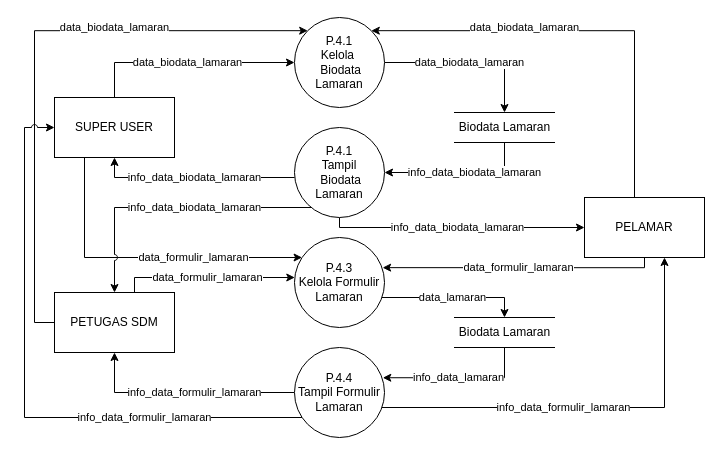
This is page "DFD P.4" (6 of 7) of DFD.drawio from keys2505/tugas-akhir, a draw.io file, before an edit. Source tidied: cells renumbered, new cells numbered last; positions are measured from the earlier drawing's top-left corner, leaving out a move shared by most shapes. Both pictures are drawn from the tidied source at 100%, with x=0, y=0 at pixel (24, 17).
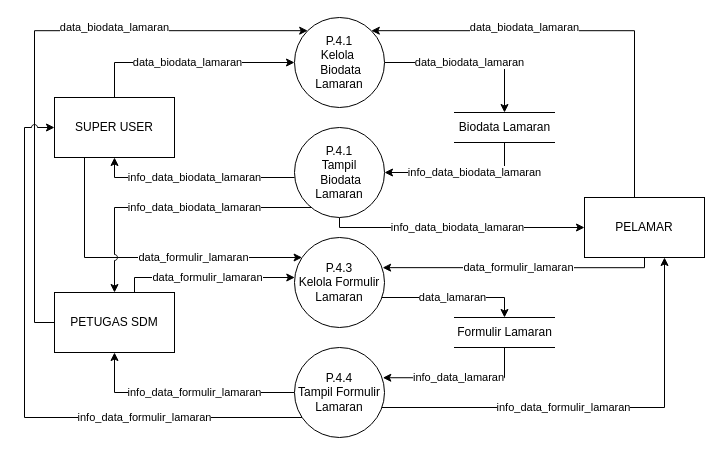
The same diagram, later.

Change to the diagram source:
```diff
@@
-    <mxCell id="26" value="Biodata Lamaran" style="html=1;dashed=0;whitespace=wrap;shape=partialRectangle;right=0;left=0;" parent="1" vertex="1">
+    <mxCell id="26" value="Formulir Lamaran" style="html=1;dashed=0;whitespace=wrap;shape=partialRectangle;right=0;left=0;" parent="1" vertex="1">
       <mxGeometry x="430" y="300" width="100" height="30" as="geometry" />
     </mxCell>
```
